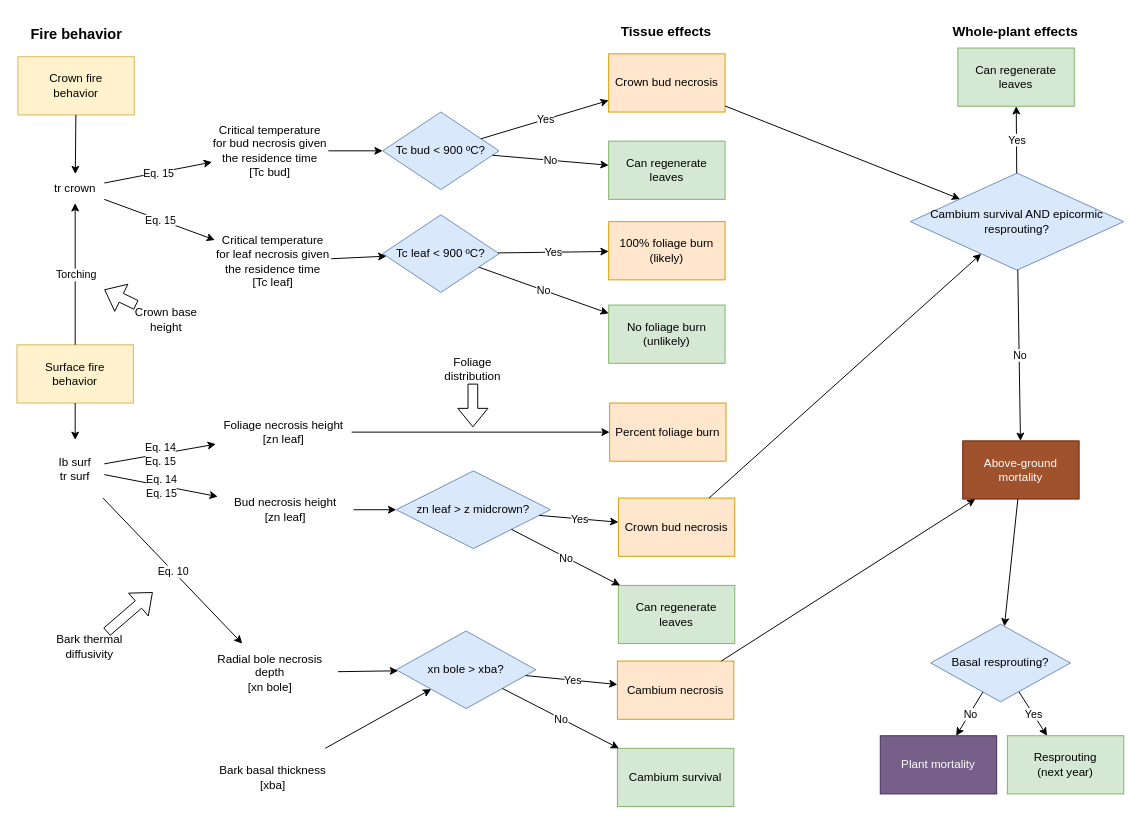
The draw.io diagram FireSeverity.drawio in emf-creaf/medfatebook, before the edit. Source tidied: cells renumbered, new cells numbered last; positions are measured from the earlier drawing's top-left corner, leaving out a move shared by most shapes. Both pictures are drawn from the tidied source at 97%, with x=0, y=0 at pixel (16, 16).
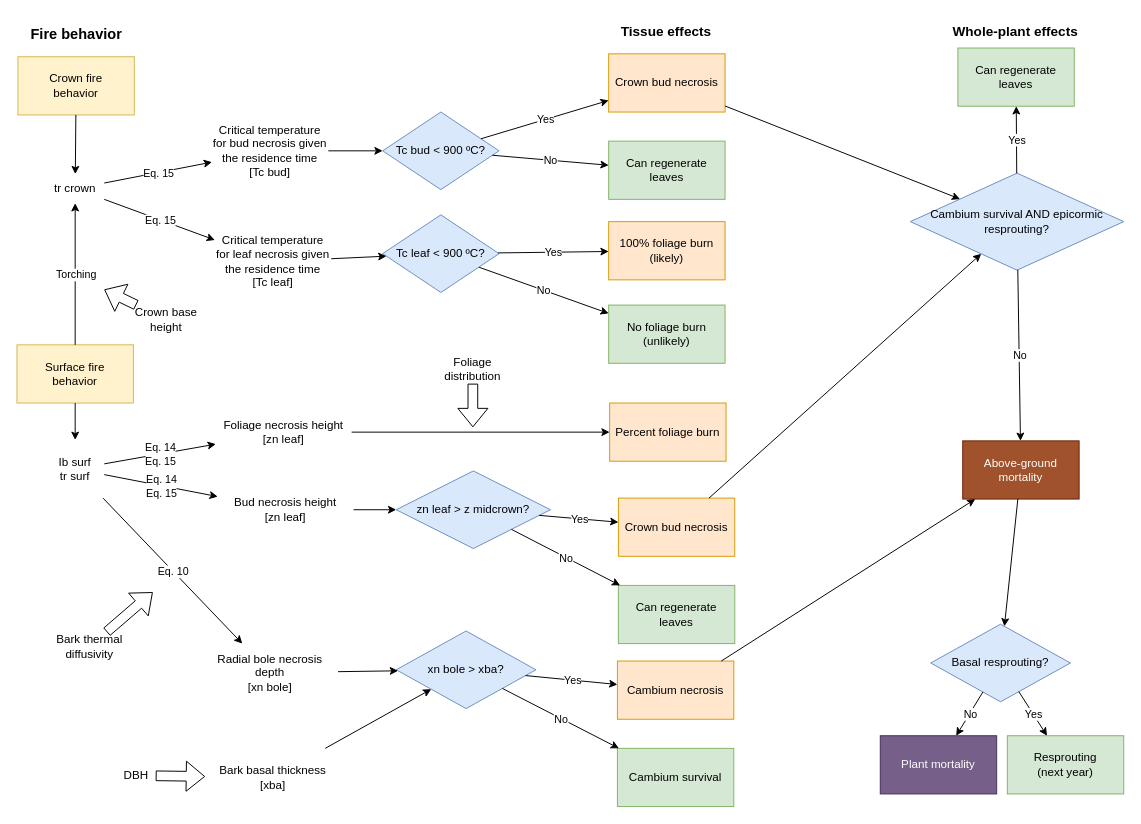
The same diagram, later.

Unchanged cells that the change refers to:
```xml
<mxCell id="61" value="&lt;div&gt;Bark basal thickness&lt;br&gt;&lt;/div&gt;&lt;div&gt;[xba]&lt;br&gt;&lt;/div&gt;" style="text;html=1;strokeColor=none;fillColor=none;align=center;verticalAlign=middle;whiteSpace=wrap;rounded=0;" parent="1" vertex="1">
  <mxGeometry x="194" y="754" width="140" height="60" as="geometry" />
</mxCell>
```

What changed in the source:
```diff
@@
+    <mxCell id="88" value="DBH" style="text;html=1;strokeColor=none;fillColor=none;align=center;verticalAlign=middle;whiteSpace=wrap;rounded=0;" parent="1" vertex="1">
+      <mxGeometry x="103" y="767" width="40" height="30" as="geometry" />
+    </mxCell>
+    <mxCell id="89" style="shape=flexArrow;endArrow=classic;html=1;rounded=0;" parent="1" edge="1" source="88" target="61">
+      <mxGeometry relative="1" as="geometry" />
+    </mxCell>
```
